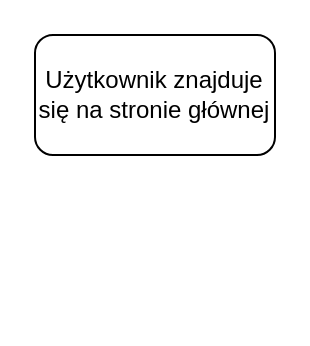
The draw.io diagram Diagram bez tytułu.drawio in Cielako/django_social_app_diag_repo, before the edit. Source tidied: cells renumbered, new cells numbered last; positions are measured from the earlier drawing's top-left corner, leaving out a move shared by most shapes. Both pictures are drawn from the tidied source at 200%, with x=0, y=0 at pixel (34, 34).
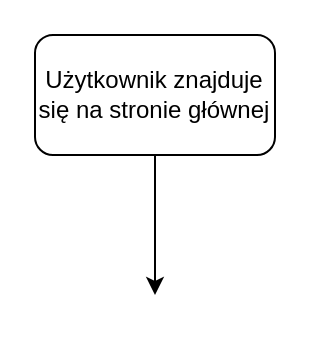
The same diagram, later.

What changed in the source:
```diff
@@
 <mxGraphModel>
   <root>
     <mxCell id="0" />
     <mxCell id="1" parent="0" />
     <mxCell id="2" value="Użytkownik znajduje się na stronie głównej" style="rounded=1;whiteSpace=wrap;html=1;" parent="1" vertex="1">
       <mxGeometry width="120" height="60" as="geometry" />
     </mxCell>
+    <mxCell id="3" style="endArrow=classic;html=1;rounded=0;exitX=0.5;exitY=1;exitDx=0;exitDy=0;" parent="1" edge="1" source="2">
+      <mxGeometry relative="1" as="geometry">
+        <mxPoint x="60" y="130" as="targetPoint" />
+      </mxGeometry>
+    </mxCell>
   </root>
 </mxGraphModel>
```
